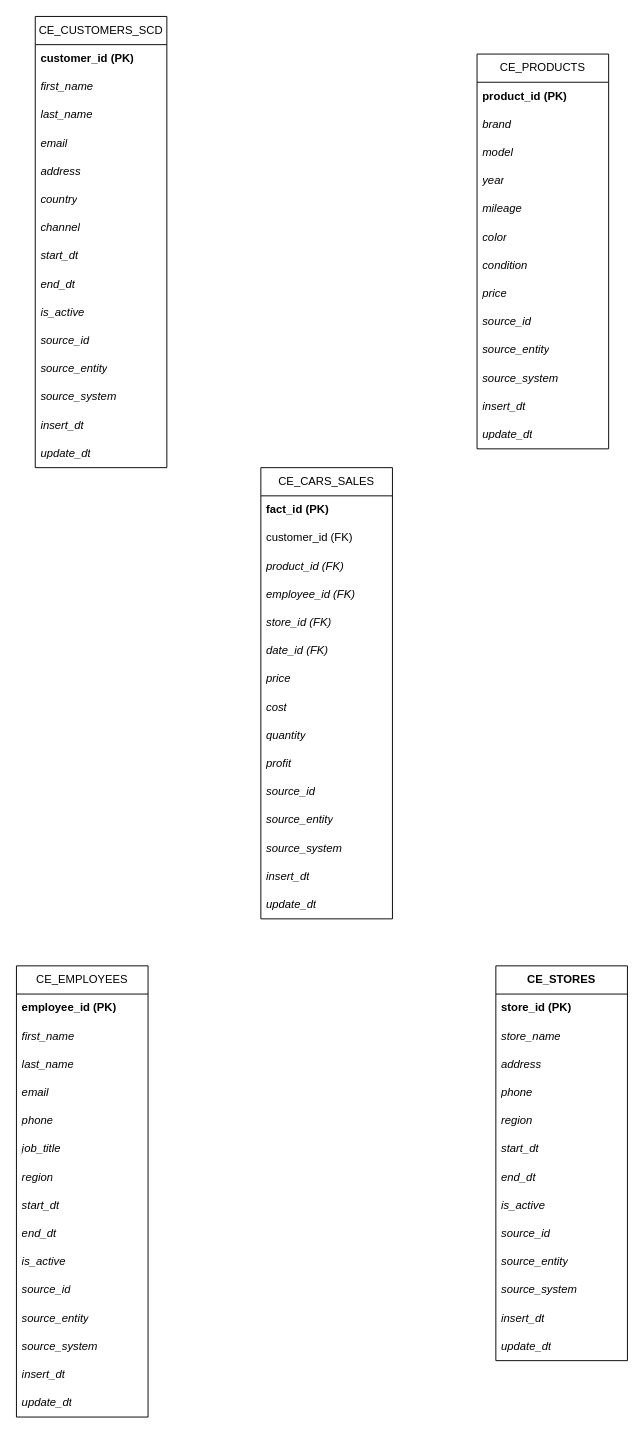
SergejusSG/git-demo1 keeps this draw.io diagram as Task3.drawio. Above is the earlier version. Source tidied: cells renumbered, new cells numbered last; positions are measured from the earlier drawing's top-left corner, leaving out a move shared by most shapes. Both pictures are drawn from the tidied source at 94%, with x=0, y=0 at pixel (16, 16).
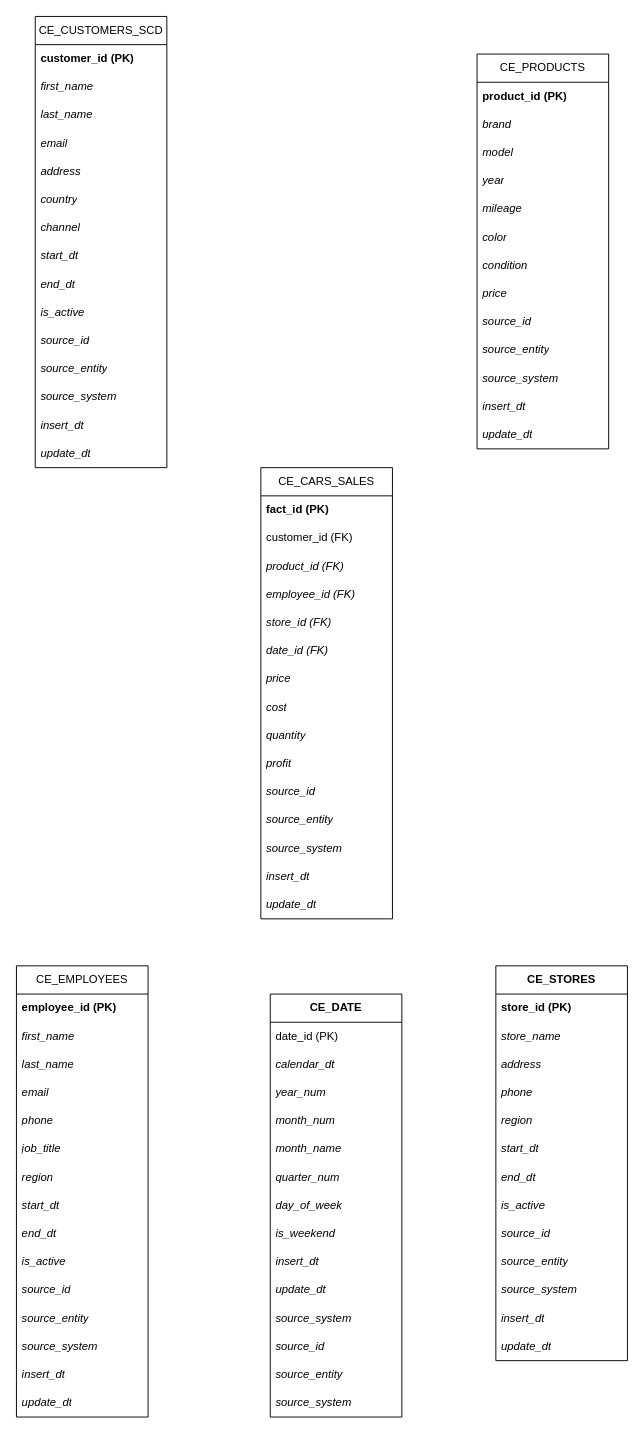
The same diagram, later.

Change to the diagram source:
```diff
@@
+    <mxCell id="78" value="&lt;b&gt;CE_DATE&lt;/b&gt;" style="swimlane;fontStyle=0;horizontal=1;startSize=30;whiteSpace=wrap;html=1;" parent="1" vertex="1">
+      <mxGeometry x="270" y="1040" width="140" height="450" as="geometry" />
+    </mxCell>
+    <mxCell id="79" value="date_id (PK)" style="text;strokeColor=none;fillColor=none;align=left;verticalAlign=middle;spacingLeft=4;spacingRight=4;overflow=hidden;whiteSpace=wrap;html=1;" parent="78" vertex="1">
+      <mxGeometry y="30" width="140" height="30" as="geometry" />
+    </mxCell>
+    <mxCell id="80" value="calendar_dt&amp;nbsp;" style="text;strokeColor=none;fillColor=none;align=left;verticalAlign=middle;spacingLeft=4;spacingRight=4;overflow=hidden;whiteSpace=wrap;html=1;fontStyle=2;" parent="78" vertex="1">
+      <mxGeometry y="60" width="140" height="30" as="geometry" />
+    </mxCell>
+    <mxCell id="81" value="year_num &amp;nbsp;" style="text;strokeColor=none;fillColor=none;align=left;verticalAlign=middle;spacingLeft=4;spacingRight=4;overflow=hidden;whiteSpace=wrap;html=1;fontStyle=2;" parent="78" vertex="1">
+      <mxGeometry y="90" width="140" height="30" as="geometry" />
+    </mxCell>
+    <mxCell id="82" value="month_num" style="text;strokeColor=none;fillColor=none;align=left;verticalAlign=middle;spacingLeft=4;spacingRight=4;overflow=hidden;whiteSpace=wrap;html=1;fontStyle=2;" parent="78" vertex="1">
+      <mxGeometry y="120" width="140" height="30" as="geometry" />
+    </mxCell>
+    <mxCell id="83" value="month_name" style="text;strokeColor=none;fillColor=none;align=left;verticalAlign=middle;spacingLeft=4;spacingRight=4;overflow=hidden;whiteSpace=wrap;html=1;fontStyle=2;" parent="78" vertex="1">
+      <mxGeometry y="150" width="140" height="30" as="geometry" />
+    </mxCell>
+    <mxCell id="84" value="quarter_num&amp;nbsp;" style="text;strokeColor=none;fillColor=none;align=left;verticalAlign=middle;spacingLeft=4;spacingRight=4;overflow=hidden;whiteSpace=wrap;html=1;fontStyle=2;" parent="78" vertex="1">
+      <mxGeometry y="180" width="140" height="30" as="geometry" />
+    </mxCell>
+    <mxCell id="85" value="day_of_week&amp;nbsp;" style="text;strokeColor=none;fillColor=none;align=left;verticalAlign=middle;spacingLeft=4;spacingRight=4;overflow=hidden;whiteSpace=wrap;html=1;fontStyle=2;" parent="78" vertex="1">
+      <mxGeometry y="210" width="140" height="30" as="geometry" />
+    </mxCell>
+    <mxCell id="86" value="is_weekend&amp;nbsp;" style="text;strokeColor=none;fillColor=none;align=left;verticalAlign=middle;spacingLeft=4;spacingRight=4;overflow=hidden;whiteSpace=wrap;html=1;fontStyle=2;" parent="78" vertex="1">
+      <mxGeometry y="240" width="140" height="30" as="geometry" />
+    </mxCell>
+    <mxCell id="87" value="insert_dt&amp;nbsp;" style="text;strokeColor=none;fillColor=none;align=left;verticalAlign=middle;spacingLeft=4;spacingRight=4;overflow=hidden;whiteSpace=wrap;html=1;fontStyle=2;" parent="78" vertex="1">
+      <mxGeometry y="270" width="140" height="30" as="geometry" />
+    </mxCell>
+    <mxCell id="88" value="update_dt&amp;nbsp;" style="text;strokeColor=none;fillColor=none;align=left;verticalAlign=middle;spacingLeft=4;spacingRight=4;overflow=hidden;whiteSpace=wrap;html=1;fontStyle=2;" parent="78" vertex="1">
+      <mxGeometry y="300" width="140" height="30" as="geometry" />
+    </mxCell>
+    <mxCell id="89" value="source_system" style="text;strokeColor=none;fillColor=none;align=left;verticalAlign=middle;spacingLeft=4;spacingRight=4;overflow=hidden;whiteSpace=wrap;html=1;fontStyle=2;" parent="78" vertex="1">
+      <mxGeometry y="330" width="140" height="30" as="geometry" />
+    </mxCell>
+    <mxCell id="90" value="source_id &amp;nbsp;" style="text;strokeColor=none;fillColor=none;align=left;verticalAlign=middle;spacingLeft=4;spacingRight=4;overflow=hidden;whiteSpace=wrap;html=1;fontStyle=2;" parent="78" vertex="1">
+      <mxGeometry y="360" width="140" height="30" as="geometry" />
+    </mxCell>
+    <mxCell id="91" value="source_entity&amp;nbsp;" style="text;strokeColor=none;fillColor=none;align=left;verticalAlign=middle;spacingLeft=4;spacingRight=4;overflow=hidden;whiteSpace=wrap;html=1;fontStyle=2;" parent="78" vertex="1">
+      <mxGeometry y="390" width="140" height="30" as="geometry" />
+    </mxCell>
+    <mxCell id="92" value="source_system&amp;nbsp;" style="text;strokeColor=none;fillColor=none;align=left;verticalAlign=middle;spacingLeft=4;spacingRight=4;overflow=hidden;whiteSpace=wrap;html=1;fontStyle=2;" parent="78" vertex="1">
+      <mxGeometry y="420" width="140" height="30" as="geometry" />
+    </mxCell>
```
